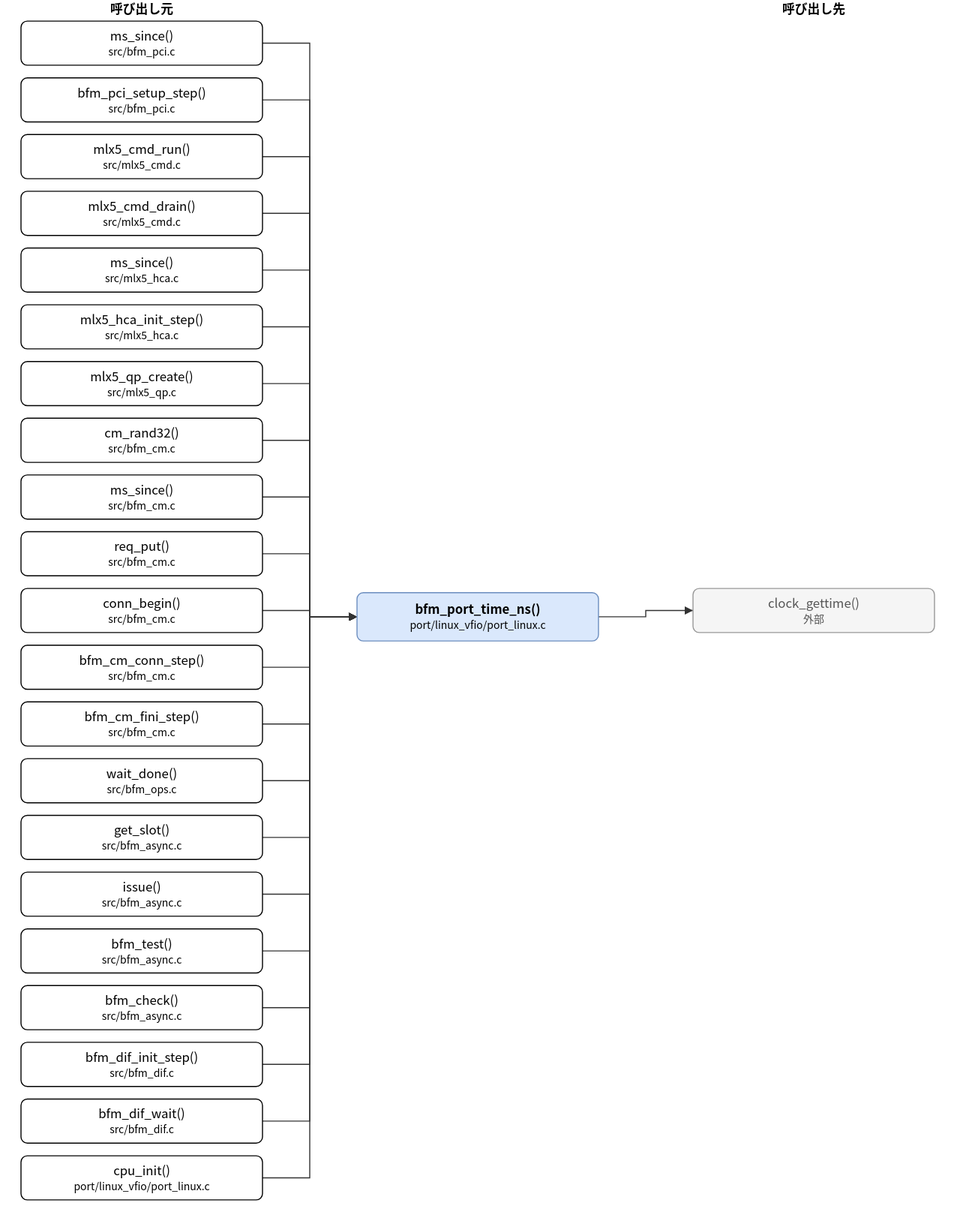
Above: doc/spec/images/call_port_linux_vfio_port_linux-bfm_port_time_ns.drawio.svg in hf355051012-ai/bfmem (draw.io), before the change. Source tidied: cells renumbered, new cells last; positions are measured from the earlier drawing's top-left corner, leaving out a move shared by most shapes.
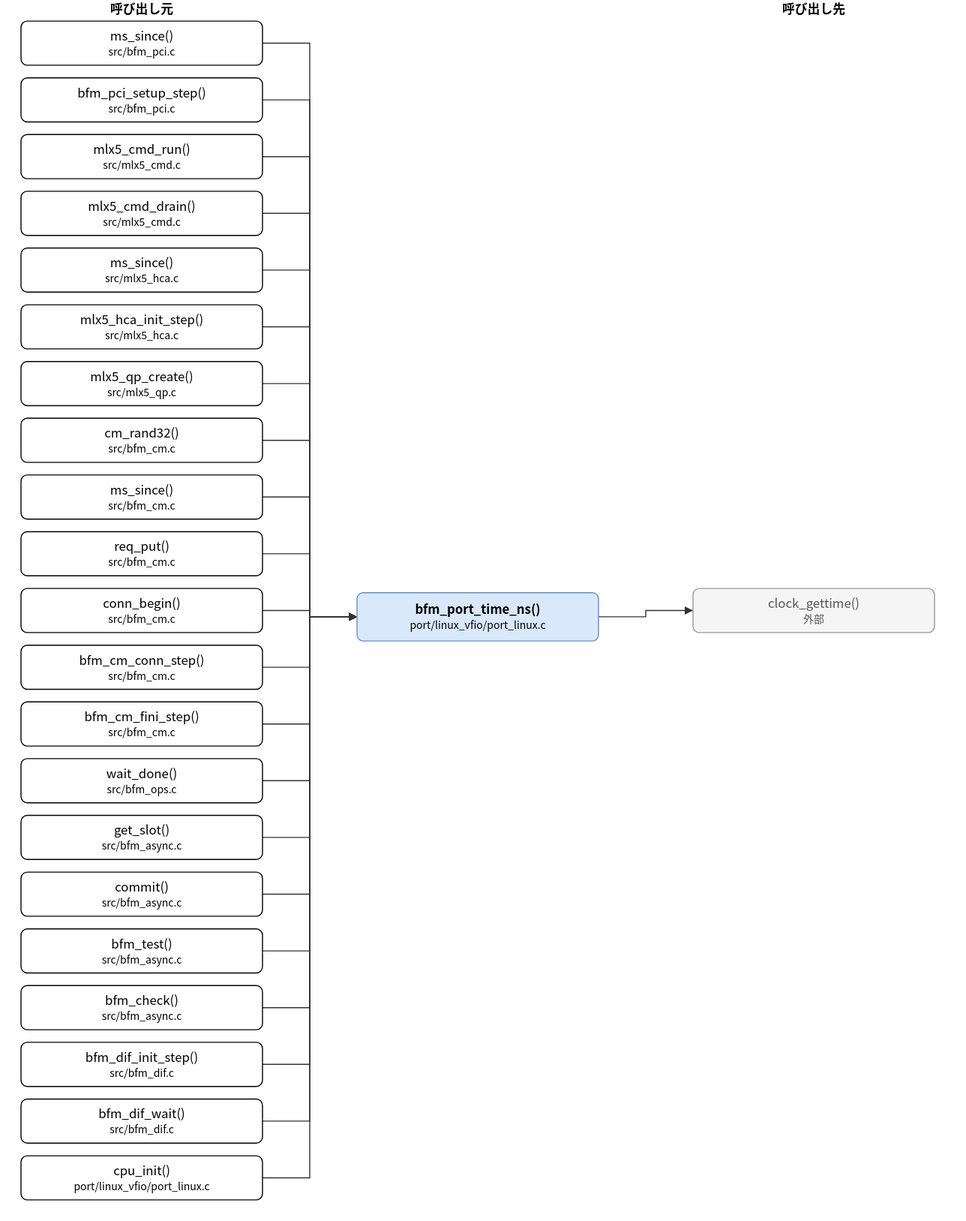
Later version of the same file.

The edit, as a diff of the source:
```diff
@@ -50,7 +50,7 @@
     <mxCell id="17" value="get_slot()&lt;br&gt;&lt;font style=&quot;font-size:10px&quot;&gt;src/bfm_async.c&lt;/font&gt;" style="rounded=1;whiteSpace=wrap;html=1;" parent="1" vertex="1">
       <mxGeometry y="776" width="230" height="42" as="geometry" />
     </mxCell>
-    <mxCell id="18" value="issue()&lt;br&gt;&lt;font style=&quot;font-size:10px&quot;&gt;src/bfm_async.c&lt;/font&gt;" style="rounded=1;whiteSpace=wrap;html=1;" parent="1" vertex="1">
+    <mxCell id="18" value="commit()&lt;br&gt;&lt;font style=&quot;font-size:10px&quot;&gt;src/bfm_async.c&lt;/font&gt;" style="rounded=1;whiteSpace=wrap;html=1;" parent="1" vertex="1">
       <mxGeometry y="830" width="230" height="42" as="geometry" />
     </mxCell>
     <mxCell id="19" value="bfm_test()&lt;br&gt;&lt;font style=&quot;font-size:10px&quot;&gt;src/bfm_async.c&lt;/font&gt;" style="rounded=1;whiteSpace=wrap;html=1;" parent="1" vertex="1">
```
